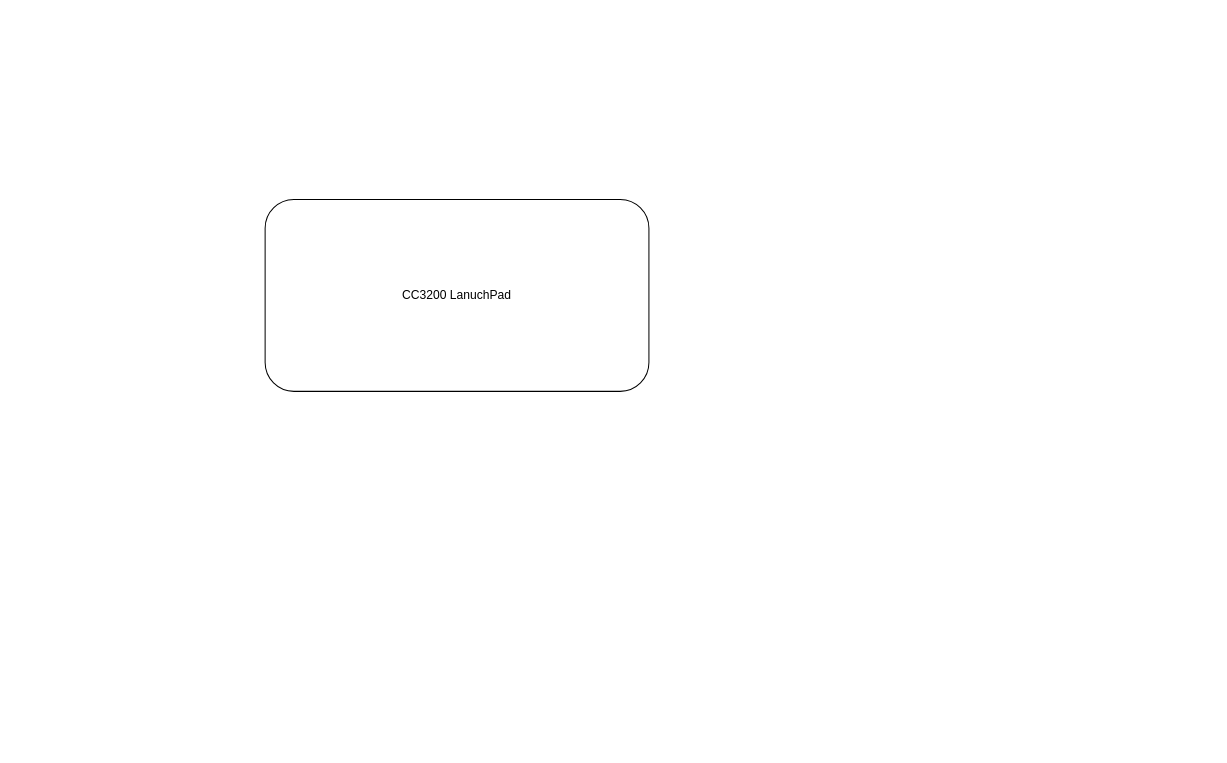
The draw.io diagram Untitled Diagram.drawio in nations-Xiong/image_bed, before the edit. Source tidied: cells renumbered, new cells numbered last; positions are measured from the earlier drawing's top-left corner, leaving out a move shared by most shapes. Both pictures are drawn from the tidied source at 101%, with x=0, y=0 at pixel (265, 199).
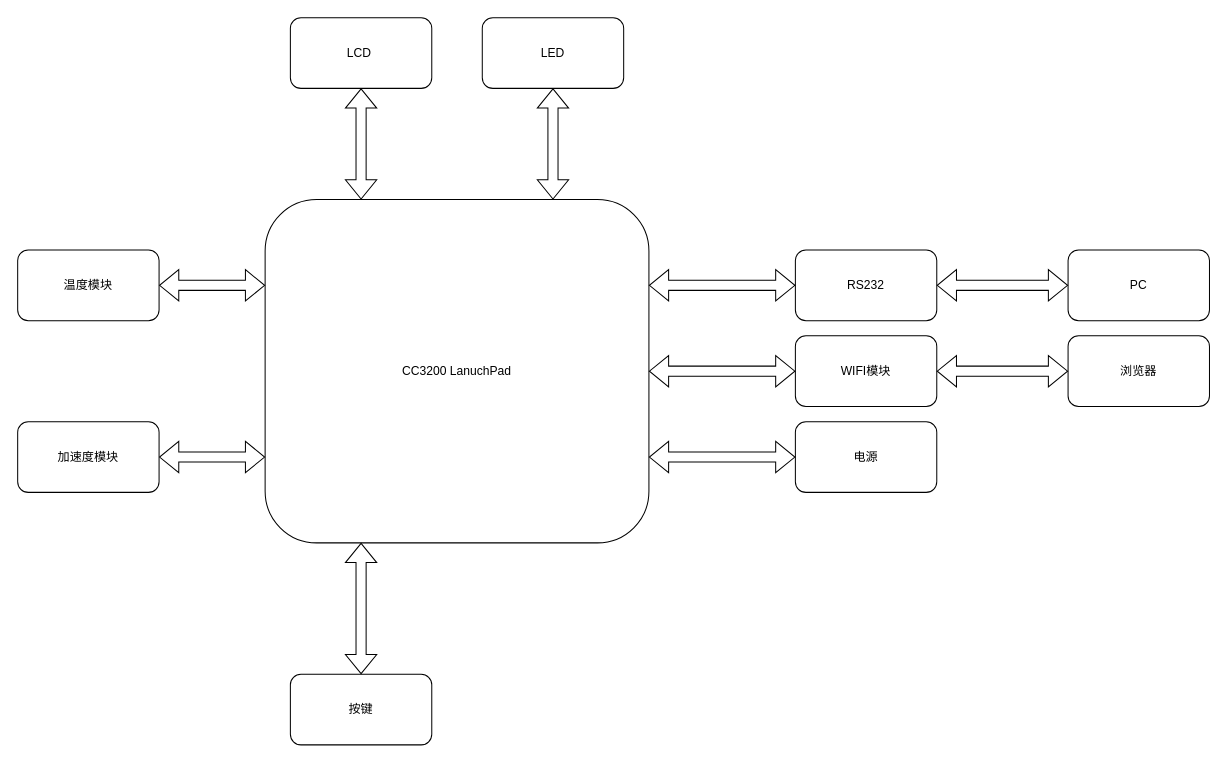
Above is the later version.

Diff of the diagram source:
```diff
@@
-    <mxCell id="2" value="CC3200 LanuchPad" style="rounded=1;whiteSpace=wrap;html=1;" parent="1" vertex="1">
-      <mxGeometry width="380" height="190" as="geometry" />
+    <mxCell id="2" value="CC3200 LanuchPad" style="rounded=1;whiteSpace=wrap;html=1;direction=west;" parent="1" vertex="1">
+      <mxGeometry width="380" height="340" as="geometry" />
     </mxCell>
+    <mxCell id="3" value="温度模块" style="rounded=1;whiteSpace=wrap;html=1;" parent="1" vertex="1">
+      <mxGeometry x="-245" y="50" width="140" height="70" as="geometry" />
+    </mxCell>
+    <mxCell id="4" value="按键" style="rounded=1;whiteSpace=wrap;html=1;" parent="1" vertex="1">
+      <mxGeometry x="25" y="470" width="140" height="70" as="geometry" />
+    </mxCell>
+    <mxCell id="5" value="浏览器" style="rounded=1;whiteSpace=wrap;html=1;" parent="1" vertex="1">
+      <mxGeometry x="795" y="135" width="140" height="70" as="geometry" />
+    </mxCell>
+    <mxCell id="6" value="电源" style="rounded=1;whiteSpace=wrap;html=1;" parent="1" vertex="1">
+      <mxGeometry x="525" y="220" width="140" height="70" as="geometry" />
+    </mxCell>
+    <mxCell id="7" style="shape=flexArrow;endArrow=classic;startArrow=classic;html=1;rounded=0;entryX=1;entryY=0.75;entryDx=0;entryDy=0;exitX=1;exitY=0.5;exitDx=0;exitDy=0;" parent="1" edge="1" source="3" target="2">
+      <mxGeometry relative="1" as="geometry" />
+    </mxCell>
+    <mxCell id="8" value="加速度模块" style="rounded=1;whiteSpace=wrap;html=1;" parent="1" vertex="1">
+      <mxGeometry x="-245" y="220" width="140" height="70" as="geometry" />
+    </mxCell>
+    <mxCell id="9" value="LCD&lt;span style=&quot;white-space: pre&quot;&gt; &lt;/span&gt;" style="rounded=1;whiteSpace=wrap;html=1;" parent="1" vertex="1">
+      <mxGeometry x="25" y="-180" width="140" height="70" as="geometry" />
+    </mxCell>
+    <mxCell id="10" value="LED" style="rounded=1;whiteSpace=wrap;html=1;" parent="1" vertex="1">
+      <mxGeometry x="215" y="-180" width="140" height="70" as="geometry" />
+    </mxCell>
+    <mxCell id="11" value="RS232" style="rounded=1;whiteSpace=wrap;html=1;" parent="1" vertex="1">
+      <mxGeometry x="525" y="50" width="140" height="70" as="geometry" />
+    </mxCell>
+    <mxCell id="12" value="PC" style="rounded=1;whiteSpace=wrap;html=1;" parent="1" vertex="1">
+      <mxGeometry x="795" y="50" width="140" height="70" as="geometry" />
+    </mxCell>
+    <mxCell id="13" value="WIFI模块" style="rounded=1;whiteSpace=wrap;html=1;" parent="1" vertex="1">
+      <mxGeometry x="525" y="135" width="140" height="70" as="geometry" />
+    </mxCell>
+    <mxCell id="14" style="shape=flexArrow;endArrow=classic;startArrow=classic;html=1;rounded=0;exitX=1;exitY=0.5;exitDx=0;exitDy=0;entryX=1;entryY=0.25;entryDx=0;entryDy=0;" parent="1" edge="1" source="8" target="2">
+      <mxGeometry relative="1" as="geometry" />
+    </mxCell>
+    <mxCell id="15" style="shape=flexArrow;endArrow=classic;startArrow=classic;html=1;rounded=0;exitX=0.5;exitY=1;exitDx=0;exitDy=0;entryX=0.75;entryY=1;entryDx=0;entryDy=0;" parent="1" edge="1" source="9" target="2">
+      <mxGeometry relative="1" as="geometry" />
+    </mxCell>
+    <mxCell id="16" style="shape=flexArrow;endArrow=classic;startArrow=classic;html=1;rounded=0;exitX=0.5;exitY=1;exitDx=0;exitDy=0;entryX=0.25;entryY=1;entryDx=0;entryDy=0;" parent="1" edge="1" source="10" target="2">
+      <mxGeometry relative="1" as="geometry" />
+    </mxCell>
+    <mxCell id="17" style="shape=flexArrow;endArrow=classic;startArrow=classic;html=1;rounded=0;entryX=0;entryY=0.5;entryDx=0;entryDy=0;exitX=0;exitY=0.75;exitDx=0;exitDy=0;" parent="1" edge="1" source="2" target="11">
+      <mxGeometry relative="1" as="geometry" />
+    </mxCell>
+    <mxCell id="18" style="shape=flexArrow;endArrow=classic;startArrow=classic;html=1;rounded=0;entryX=0;entryY=0.5;entryDx=0;entryDy=0;exitX=0;exitY=0.5;exitDx=0;exitDy=0;" parent="1" edge="1" source="2" target="13">
+      <mxGeometry relative="1" as="geometry" />
+    </mxCell>
+    <mxCell id="19" style="shape=flexArrow;endArrow=classic;startArrow=classic;html=1;rounded=0;exitX=0;exitY=0.5;exitDx=0;exitDy=0;entryX=1;entryY=0.5;entryDx=0;entryDy=0;" parent="1" edge="1" source="5" target="13">
+      <mxGeometry relative="1" as="geometry" />
+    </mxCell>
+    <mxCell id="20" style="shape=flexArrow;endArrow=classic;startArrow=classic;html=1;rounded=0;exitX=0.5;exitY=0;exitDx=0;exitDy=0;entryX=0.75;entryY=0;entryDx=0;entryDy=0;" parent="1" edge="1" source="4" target="2">
+      <mxGeometry relative="1" as="geometry" />
+    </mxCell>
+    <mxCell id="21" style="shape=flexArrow;endArrow=classic;startArrow=classic;html=1;rounded=0;exitX=0;exitY=0.5;exitDx=0;exitDy=0;entryX=0;entryY=0.25;entryDx=0;entryDy=0;" parent="1" edge="1" source="6" target="2">
+      <mxGeometry relative="1" as="geometry" />
+    </mxCell>
+    <mxCell id="22" style="shape=flexArrow;endArrow=classic;startArrow=classic;html=1;rounded=0;entryX=0;entryY=0.5;entryDx=0;entryDy=0;" parent="1" edge="1" source="11" target="12">
+      <mxGeometry relative="1" as="geometry" />
+    </mxCell>
```
